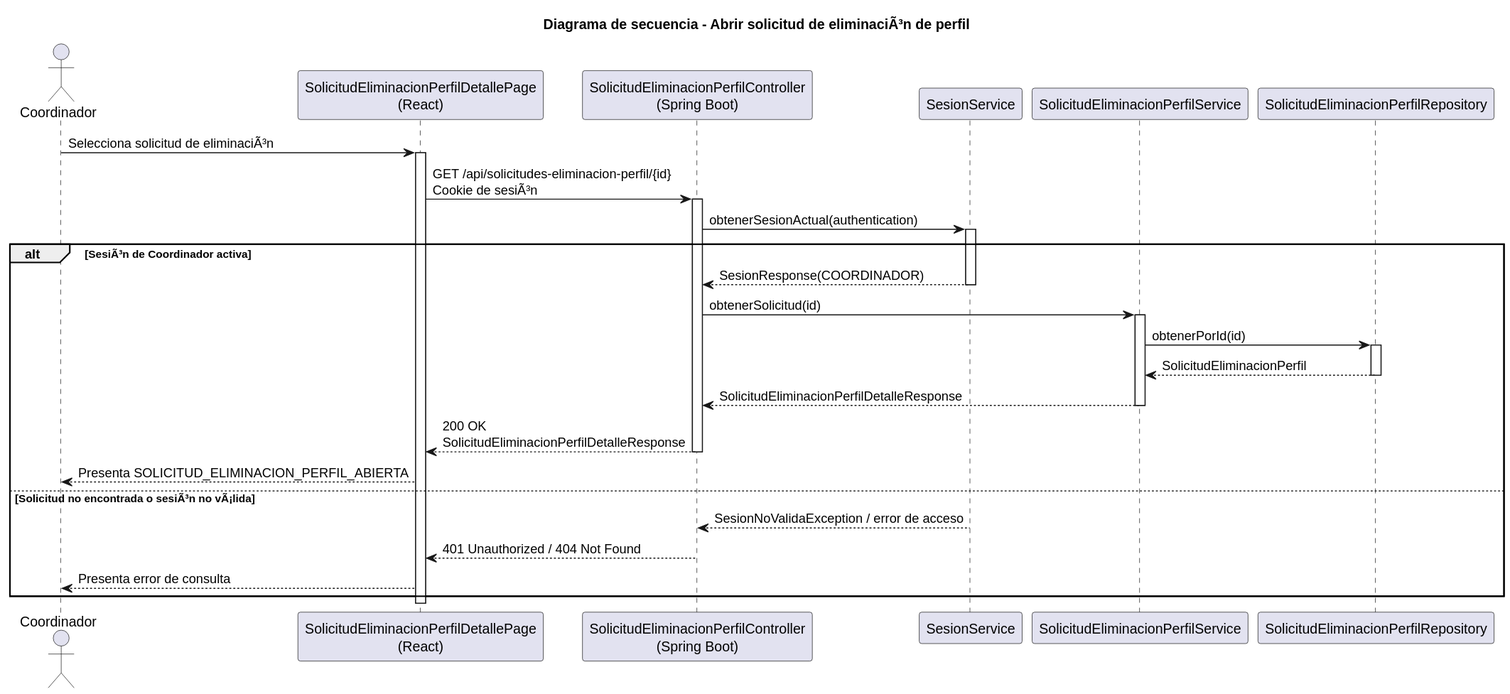
beatriizorozco/25-26-idsw2-sdVC keeps this PlantUML diagram as images/RUP/02-diseño/casos-uso/coordinador/abrirSolicitudEliminacionPerfil/secuencia.svg. Above is the earlier version.
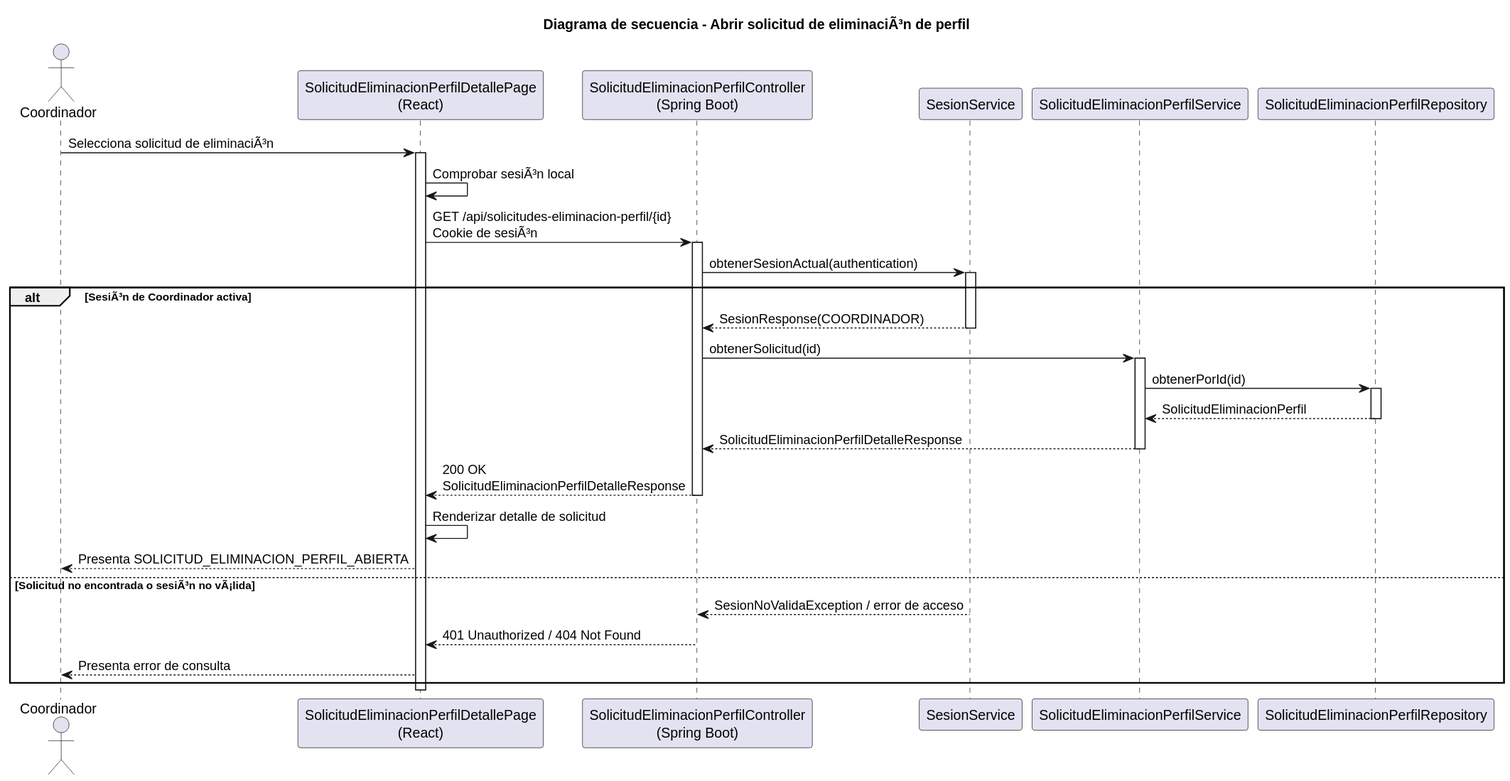
Above is the later version.

What changed in the source:
```diff
@@ -10,6 +10,7 @@
 
 Coordinador -> Frontend: Selecciona solicitud de eliminaciÃ³n
 activate Frontend
+Frontend -> Frontend: Comprobar sesiÃ³n local
 Frontend -> Api: GET /api/solicitudes-eliminacion-perfil/{id}\nCookie de sesiÃ³n
 activate Api
 Api -> Sesion: obtenerSesionActual(authentication)
@@ -27,6 +28,7 @@
     deactivate SolicitudService
     Api --> Frontend: 200 OK\nSolicitudEliminacionPerfilDetalleResponse
     deactivate Api
+    Frontend -> Frontend: Renderizar detalle de solicitud
     Frontend --> Coordinador: Presenta SOLICITUD_ELIMINACION_PERFIL_ABIERTA
 else Solicitud no encontrada o sesiÃ³n no vÃ¡lida
     Sesion --> Api: SesionNoValidaException / error de acceso
```
